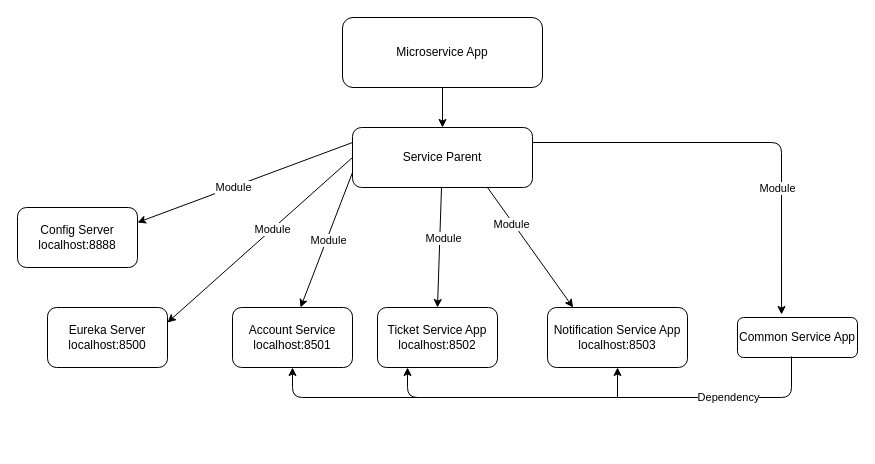
Earlier version of the draw.io diagram Untitled Diagram(1).drawio (celalaygar/interview-Q). Source tidied: cells renumbered, new cells numbered last; positions are measured from the earlier drawing's top-left corner, leaving out a move shared by most shapes. Both pictures are drawn from the tidied source at 100%, with x=0, y=0 at pixel (17, 17).
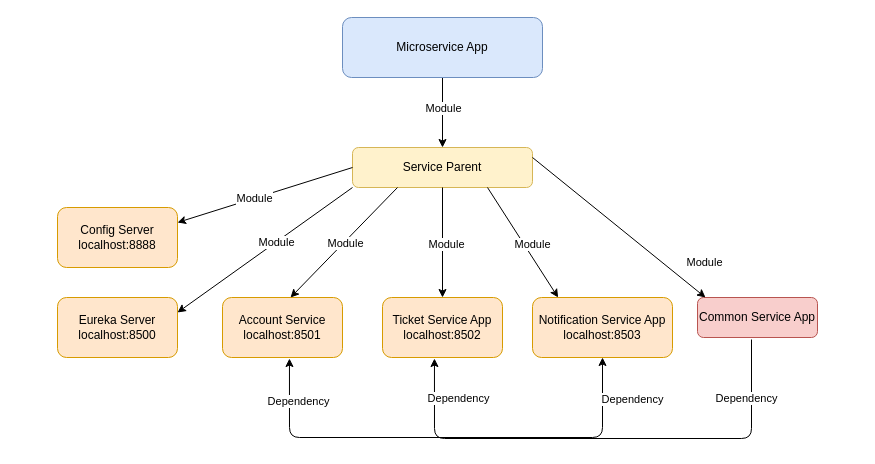
The same diagram, later.

The change refers to these unchanged cells:
```xml
<mxCell id="12" style="endArrow=classic;html=1;entryX=0.183;entryY=0;entryDx=0;entryDy=0;entryPerimeter=0;exitX=0.75;exitY=1;exitDx=0;exitDy=0;" parent="1" edge="1" source="4" target="11">
  <mxGeometry relative="1" as="geometry" />
</mxCell>
<mxCell id="18" style="endArrow=classic;html=1;entryX=0.5;entryY=0;entryDx=0;entryDy=0;" parent="1" edge="1" source="4" target="8">
  <mxGeometry relative="1" as="geometry" />
</mxCell>
```

The edit, as a diff of the source:
```diff
@@
     <mxCell id="2" style="edgeStyle=orthogonalEdgeStyle;rounded=0;jettySize=auto;html=1;" parent="1" edge="1" source="3" target="4">
-      <mxGeometry relative="1" as="geometry" />
+      <mxGeometry relative="1" as="geometry">
+        <Array as="points">
+          <mxPoint x="425" y="90" />
+          <mxPoint x="425" y="90" />
+        </Array>
+      </mxGeometry>
     </mxCell>
-    <mxCell id="3" value="Microservice App" style="rounded=1;whiteSpace=wrap;html=1;" parent="1" vertex="1">
-      <mxGeometry x="325" width="200" height="70" as="geometry" />
+    <mxCell id="3" value="&lt;div&gt;Microservice App&lt;/div&gt;" style="rounded=1;whiteSpace=wrap;html=1;fillColor=#dae8fc;strokeColor=#6c8ebf;" parent="1" vertex="1">
+      <mxGeometry x="325" width="200" height="60" as="geometry" />
     </mxCell>
-    <mxCell id="4" value="Service Parent" style="rounded=1;whiteSpace=wrap;html=1;" parent="1" vertex="1">
-      <mxGeometry x="335" y="110" width="180" height="60" as="geometry" />
+    <mxCell id="4" value="Service Parent" style="rounded=1;whiteSpace=wrap;html=1;fillColor=#fff2cc;strokeColor=#d6b656;" parent="1" vertex="1">
+      <mxGeometry x="335" y="130" width="180" height="40" as="geometry" />
     </mxCell>
-    <mxCell id="5" value="&lt;div&gt;Config Server&lt;/div&gt;&lt;div&gt;localhost:8888&lt;br&gt;&lt;/div&gt;" style="rounded=1;whiteSpace=wrap;html=1;" parent="1" vertex="1">
-      <mxGeometry y="190" width="120" height="60" as="geometry" />
+    <mxCell id="5" value="&lt;div&gt;Config Server&lt;/div&gt;&lt;div&gt;localhost:8888&lt;br&gt;&lt;/div&gt;" style="rounded=1;whiteSpace=wrap;html=1;fillColor=#ffe6cc;strokeColor=#d79b00;" parent="1" vertex="1">
+      <mxGeometry x="40" y="190" width="120" height="60" as="geometry" />
     </mxCell>
-    <mxCell id="6" value="&lt;div&gt;Eureka Server&lt;/div&gt;&lt;div&gt;localhost:8500&lt;br&gt;&lt;/div&gt;" style="rounded=1;whiteSpace=wrap;html=1;" parent="1" vertex="1">
-      <mxGeometry x="30" y="290" width="120" height="60" as="geometry" />
+    <mxCell id="6" value="&lt;div&gt;Eureka Server&lt;/div&gt;&lt;div&gt;localhost:8500&lt;br&gt;&lt;/div&gt;" style="rounded=1;whiteSpace=wrap;html=1;fillColor=#ffe6cc;strokeColor=#d79b00;" parent="1" vertex="1">
+      <mxGeometry x="40" y="280" width="120" height="60" as="geometry" />
     </mxCell>
-    <mxCell id="7" value="&lt;div&gt;Account Service&lt;/div&gt;&lt;div&gt;localhost:8501&lt;br&gt;&lt;/div&gt;" style="rounded=1;whiteSpace=wrap;html=1;" parent="1" vertex="1">
-      <mxGeometry x="215" y="290" width="120" height="60" as="geometry" />
+    <mxCell id="7" value="&lt;div&gt;Account Service&lt;/div&gt;&lt;div&gt;localhost:8501&lt;br&gt;&lt;/div&gt;" style="rounded=1;whiteSpace=wrap;html=1;fillColor=#ffe6cc;strokeColor=#d79b00;" parent="1" vertex="1">
+      <mxGeometry x="205" y="280" width="120" height="60" as="geometry" />
     </mxCell>
-    <mxCell id="8" value="&lt;div&gt;Ticket Service App&lt;br&gt;&lt;/div&gt;&lt;div&gt;localhost:8502&lt;br&gt;&lt;/div&gt;" style="rounded=1;whiteSpace=wrap;html=1;" parent="1" vertex="1">
-      <mxGeometry x="360" y="290" width="120" height="60" as="geometry" />
+    <mxCell id="8" value="&lt;div&gt;Ticket Service App&lt;br&gt;&lt;/div&gt;&lt;div&gt;localhost:8502&lt;br&gt;&lt;/div&gt;" style="rounded=1;whiteSpace=wrap;html=1;fillColor=#ffe6cc;strokeColor=#d79b00;" parent="1" vertex="1">
+      <mxGeometry x="365" y="280" width="120" height="60" as="geometry" />
     </mxCell>
-    <mxCell id="9" style="endArrow=classic;html=1;entryX=0.567;entryY=0;entryDx=0;entryDy=0;entryPerimeter=0;exitX=0;exitY=0.75;exitDx=0;exitDy=0;" parent="1" edge="1" source="4" target="7">
+    <mxCell id="9" style="endArrow=classic;html=1;entryX=0.567;entryY=0;entryDx=0;entryDy=0;entryPerimeter=0;exitX=0.25;exitY=1;exitDx=0;exitDy=0;" parent="1" edge="1" source="4" target="7">
       <mxGeometry relative="1" as="geometry" />
     </mxCell>
@@
-    <mxCell id="11" value="&lt;div&gt;Notification Service App&lt;br&gt;&lt;/div&gt;&lt;div&gt;localhost:8503&lt;br&gt;&lt;/div&gt;" style="rounded=1;whiteSpace=wrap;html=1;" parent="1" vertex="1">
-      <mxGeometry x="530" y="290" width="140" height="60" as="geometry" />
+    <mxCell id="11" value="&lt;div&gt;Notification Service App&lt;br&gt;&lt;/div&gt;&lt;div&gt;localhost:8503&lt;br&gt;&lt;/div&gt;" style="rounded=1;whiteSpace=wrap;html=1;fillColor=#ffe6cc;strokeColor=#d79b00;" parent="1" vertex="1">
+      <mxGeometry x="515" y="280" width="140" height="60" as="geometry" />
     </mxCell>
@@
     <mxCell id="13" value="Module" style="edgeLabel;html=1;align=center;verticalAlign=middle;" parent="12" vertex="1">
-      <mxGeometry x="-0.4" y="-2" relative="1" as="geometry" />
+      <mxGeometry x="-0.4" y="-2" relative="1" as="geometry">
+        <mxPoint x="24.8" y="22.6" as="offset" />
+      </mxGeometry>
     </mxCell>
-    <mxCell id="14" style="endArrow=classic;html=1;entryX=1;entryY=0.25;entryDx=0;entryDy=0;exitX=0;exitY=0.25;exitDx=0;exitDy=0;" parent="1" edge="1" source="4" target="5">
+    <mxCell id="14" style="endArrow=classic;html=1;entryX=1;entryY=0.25;entryDx=0;entryDy=0;exitX=0;exitY=0.5;exitDx=0;exitDy=0;" parent="1" edge="1" source="4" target="5">
       <mxGeometry relative="1" as="geometry" />
     </mxCell>
@@
-    <mxCell id="16" style="endArrow=classic;html=1;entryX=1;entryY=0.25;entryDx=0;entryDy=0;exitX=0;exitY=0.5;exitDx=0;exitDy=0;" parent="1" edge="1" source="4" target="6">
+    <mxCell id="16" style="endArrow=classic;html=1;entryX=1;entryY=0.25;entryDx=0;entryDy=0;exitX=0;exitY=1;exitDx=0;exitDy=0;" parent="1" edge="1" source="4" target="6">
       <mxGeometry relative="1" as="geometry" />
     </mxCell>
@@
     <mxCell id="19" value="Module" style="edgeLabel;html=1;align=center;verticalAlign=middle;" parent="18" vertex="1">
-      <mxGeometry x="-0.16" y="3" relative="1" as="geometry" />
+      <mxGeometry x="-0.16" y="3" relative="1" as="geometry">
+        <mxPoint y="10.4" as="offset" />
+      </mxGeometry>
     </mxCell>
-    <mxCell id="20" value="Common Service App" style="rounded=1;whiteSpace=wrap;html=1;" parent="1" vertex="1">
-      <mxGeometry x="720" y="300" width="120" height="40" as="geometry" />
+    <mxCell id="20" value="Common Service App" style="rounded=1;whiteSpace=wrap;html=1;fillColor=#f8cecc;strokeColor=#b85450;" parent="1" vertex="1">
+      <mxGeometry x="680" y="280" width="120" height="40" as="geometry" />
     </mxCell>
-    <mxCell id="21" style="endArrow=classic;html=1;exitX=1;exitY=0.25;exitDx=0;exitDy=0;entryX=0.367;entryY=-0.075;entryDx=0;entryDy=0;entryPerimeter=0;" parent="1" edge="1" source="4" target="20">
-      <mxGeometry relative="1" as="geometry">
-        <Array as="points">
-          <mxPoint x="764" y="125" />
-        </Array>
-      </mxGeometry>
+    <mxCell id="21" style="endArrow=classic;html=1;exitX=1;exitY=0.25;exitDx=0;exitDy=0;entryX=0.067;entryY=0;entryDx=0;entryDy=0;entryPerimeter=0;" parent="1" edge="1" source="4" target="20">
+      <mxGeometry relative="1" as="geometry" />
     </mxCell>
     <mxCell id="22" value="Module" style="edgeLabel;html=1;align=center;verticalAlign=middle;" parent="21" vertex="1">
       <mxGeometry x="-0.23" y="1" relative="1" as="geometry">
-        <mxPoint x="82" y="46" as="offset" />
+        <mxPoint x="104" y="51" as="offset" />
       </mxGeometry>
     </mxCell>
-    <mxCell id="23" style="endArrow=classic;html=1;exitX=0.45;exitY=0.975;exitDx=0;exitDy=0;exitPerimeter=0;entryX=0.25;entryY=1;entryDx=0;entryDy=0;" parent="1" edge="1" source="20" target="8">
+    <mxCell id="23" style="endArrow=classic;html=1;exitX=0.45;exitY=1.05;exitDx=0;exitDy=0;exitPerimeter=0;entryX=0.433;entryY=1.017;entryDx=0;entryDy=0;entryPerimeter=0;" parent="1" edge="1" source="20" target="8">
       <mxGeometry relative="1" as="geometry">
         <Array as="points">
-          <mxPoint x="774" y="380" />
-          <mxPoint x="390" y="380" />
+          <mxPoint x="734" y="421" />
+          <mxPoint x="417" y="421" />
         </Array>
       </mxGeometry>
     </mxCell>
     <mxCell id="24" value="&lt;div&gt;Dependency&lt;/div&gt;" style="edgeLabel;html=1;align=center;verticalAlign=middle;" parent="23" vertex="1">
-      <mxGeometry x="-0.54" y="-1" relative="1" as="geometry" />
+      <mxGeometry x="-0.54" y="-1" relative="1" as="geometry">
+        <mxPoint x="9" y="-40" as="offset" />
+      </mxGeometry>
     </mxCell>
-    <mxCell id="25" style="endArrow=classic;html=1;entryX=0.5;entryY=1;entryDx=0;entryDy=0;" parent="1" edge="1" target="11">
-      <mxGeometry relative="1" as="geometry">
-        <mxPoint x="600" y="380" as="sourcePoint" />
-      </mxGeometry>
-    </mxCell>
-    <mxCell id="26" style="endArrow=classic;html=1;entryX=0.5;entryY=1;entryDx=0;entryDy=0;" parent="1" edge="1" target="7">
-      <mxGeometry relative="1" as="geometry">
-        <mxPoint x="600" y="380" as="sourcePoint" />
-        <Array as="points">
-          <mxPoint x="275" y="380" />
-        </Array>
-      </mxGeometry>
-    </mxCell>
+    <mxCell id="27" style="endArrow=classic;startArrow=classic;html=1;entryX=0.5;entryY=1;entryDx=0;entryDy=0;exitX=0.558;exitY=1.017;exitDx=0;exitDy=0;exitPerimeter=0;" parent="1" edge="1" source="7" target="11">
+      <mxGeometry relative="1" as="geometry">
+        <Array as="points">
+          <mxPoint x="272" y="420" />
+          <mxPoint x="585" y="420" />
+        </Array>
+      </mxGeometry>
+    </mxCell>
+    <mxCell id="28" value="Module" style="edgeLabel;html=1;align=center;verticalAlign=middle;" parent="1" vertex="1">
+      <mxGeometry x="425" y="90" as="geometry" />
+    </mxCell>
+    <mxCell id="29" value="&lt;div&gt;Dependency&lt;/div&gt;" style="edgeLabel;html=1;align=center;verticalAlign=middle;" parent="1" vertex="1">
+      <mxGeometry x="710" y="280" as="geometry">
+        <mxPoint x="-96" y="101" as="offset" />
+      </mxGeometry>
+    </mxCell>
+    <mxCell id="30" value="&lt;div&gt;Dependency&lt;/div&gt;" style="edgeLabel;html=1;align=center;verticalAlign=middle;" parent="1" vertex="1">
+      <mxGeometry x="440" y="380" as="geometry" />
+    </mxCell>
+    <mxCell id="31" value="&lt;div&gt;Dependency&lt;/div&gt;" style="edgeLabel;html=1;align=center;verticalAlign=middle;" parent="1" vertex="1">
+      <mxGeometry x="800" y="400" as="geometry">
+        <mxPoint x="-520" y="-17" as="offset" />
+      </mxGeometry>
+    </mxCell>
```
